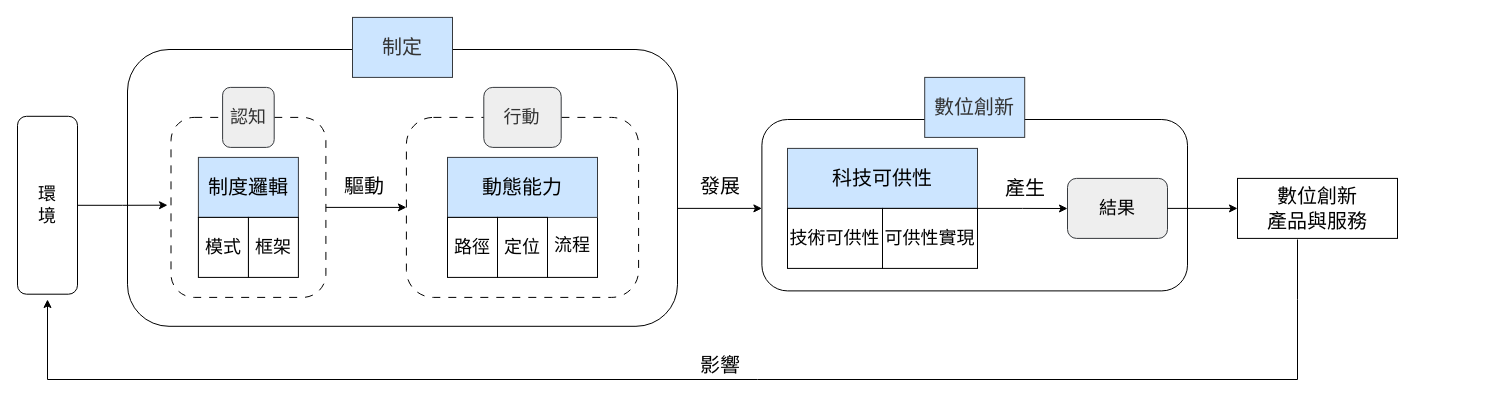
Above: 論文ver1/frontier enactment theroy_v2.drawio in carina419/NTUST (draw.io), before the change. Source tidied: cells renumbered, new cells numbered last; positions are measured from the earlier drawing's top-left corner, leaving out a move shared by most shapes. Both pictures are drawn from the tidied source at 100%, with x=0, y=0 at pixel (17, 17).
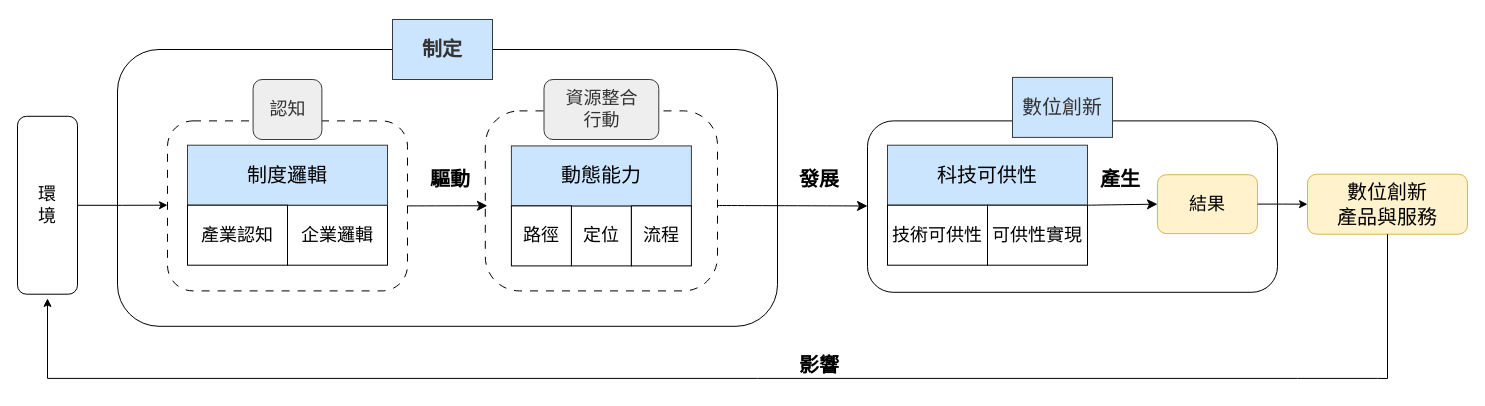
The same diagram, later.

Unchanged cells that the change refers to:
```xml
<mxCell id="2" value="&lt;font face=&quot;標楷體&quot; style=&quot;font-size: 18px;&quot;&gt;環&lt;/font&gt;&lt;div&gt;&lt;font face=&quot;標楷體&quot; style=&quot;font-size: 18px;&quot;&gt;境&lt;/font&gt;&lt;/div&gt;" style="rounded=1;whiteSpace=wrap;html=1;" parent="1" vertex="1">
  <mxGeometry y="98.8" width="60" height="177.9" as="geometry" />
</mxCell>
```

Change to the diagram source:
```diff
@@
-    <mxCell id="3" style="rounded=1;whiteSpace=wrap;html=1;strokeWidth=1;fontFamily=標楷體;fontSize=18;fontStyle=0;strokeColor=default;gradientColor=none;" parent="1" vertex="1">
-      <mxGeometry x="744.4" y="102" width="425.6" height="171.4" as="geometry" />
-    </mxCell>
-    <mxCell id="4" style="edgeStyle=orthogonalEdgeStyle;rounded=0;jettySize=auto;html=1;exitX=0.996;exitY=0.574;exitDx=0;exitDy=0;exitPerimeter=0;" parent="1" edge="1" source="5" target="3">
-      <mxGeometry relative="1" as="geometry">
-        <Array as="points">
-          <mxPoint x="760" y="191" />
-          <mxPoint x="760" y="191" />
-        </Array>
-      </mxGeometry>
-    </mxCell>
-    <mxCell id="5" style="rounded=1;whiteSpace=wrap;html=1;strokeWidth=1;fontFamily=標楷體;fontSize=18;fontStyle=0;" parent="1" vertex="1">
-      <mxGeometry x="110" y="32" width="550" height="276.8" as="geometry" />
-    </mxCell>
+    <mxCell id="42" style="rounded=1;whiteSpace=wrap;html=1;strokeWidth=1;fontFamily=標楷體;fontSize=18;fontStyle=0;strokeColor=default;gradientColor=none;" parent="1" vertex="1">
+      <mxGeometry x="850" y="103.4" width="410" height="171.4" as="geometry" />
+    </mxCell>
+    <mxCell id="43" style="rounded=1;whiteSpace=wrap;html=1;strokeWidth=1;fontFamily=標楷體;fontSize=18;fontStyle=0;" parent="1" vertex="1">
+      <mxGeometry x="100" y="32" width="660" height="276.8" as="geometry" />
+    </mxCell>
-    <mxCell id="6" value="&lt;font style=&quot;font-size: 20px;&quot; color=&quot;#333333&quot;&gt;&lt;span&gt;制定&lt;/span&gt;&lt;/font&gt;" style="rounded=0;whiteSpace=wrap;html=1;strokeColor=#36393d;fillColor=#cce5ff;fontFamily=標楷體;fontSize=18;fontStyle=0;align=center;verticalAlign=middle;" parent="1" vertex="1">
-      <mxGeometry x="335" y="-0.1" width="100" height="60" as="geometry" />
+    <mxCell id="6" value="&lt;font style=&quot;font-size: 20px;&quot; color=&quot;#333333&quot;&gt;&lt;span&gt;&lt;b&gt;制定&lt;/b&gt;&lt;/span&gt;&lt;/font&gt;" style="rounded=0;whiteSpace=wrap;html=1;strokeColor=#36393d;fillColor=#cce5ff;fontFamily=標楷體;fontSize=18;fontStyle=0;align=center;verticalAlign=middle;" parent="1" vertex="1">
+      <mxGeometry x="375" y="2" width="100" height="60" as="geometry" />
     </mxCell>
-    <mxCell id="7" style="group;" parent="1" vertex="1">
-      <mxGeometry x="154.6" y="69.9" width="155.4" height="210" as="geometry" />
-    </mxCell>
-    <mxCell id="8" style="group;" parent="7" vertex="1">
-      <mxGeometry x="-1.1" width="154.9" height="210" as="geometry" />
-    </mxCell>
-    <mxCell id="9" style="rounded=1;whiteSpace=wrap;html=1;strokeWidth=1;dashed=1;dashPattern=8 8;fontFamily=標楷體;fontSize=18;fontStyle=0;" parent="8" vertex="1">
-      <mxGeometry y="30" width="154.9" height="180" as="geometry" />
-    </mxCell>
+    <mxCell id="44" value="&lt;font style=&quot;font-size: 20px;&quot; face=&quot;標楷體&quot;&gt;&lt;b style=&quot;&quot;&gt;驅&lt;/b&gt;&lt;/font&gt;&lt;b style=&quot;font-size: 20px; font-family: 標楷體; background-color: transparent; color: light-dark(rgb(0, 0, 0), rgb(255, 255, 255));&quot;&gt;動&lt;/b&gt;" style="text;html=1;align=center;verticalAlign=middle;whiteSpace=wrap;rounded=0;fontFamily=Helvetica;fontSize=12;fontColor=default;" parent="1" vertex="1">
+      <mxGeometry x="405.6" y="146" width="54.4" height="30" as="geometry" />
+    </mxCell>
+    <mxCell id="45" value="&lt;font style=&quot;font-size: 20px;&quot; face=&quot;標楷體&quot;&gt;&lt;b style=&quot;&quot;&gt;發&lt;/b&gt;&lt;/font&gt;&lt;b style=&quot;font-size: 20px; font-family: 標楷體; background-color: transparent; color: light-dark(rgb(0, 0, 0), rgb(255, 255, 255));&quot;&gt;展&lt;/b&gt;" style="text;html=1;align=center;verticalAlign=middle;whiteSpace=wrap;rounded=0;" parent="1" vertex="1">
+      <mxGeometry x="775" y="146" width="54.4" height="30" as="geometry" />
+    </mxCell>
+    <mxCell id="25" value="&lt;font style=&quot;font-size: 20px;&quot; color=&quot;#333333&quot;&gt;數位創新&lt;/font&gt;" style="rounded=0;whiteSpace=wrap;html=1;strokeColor=#36393d;fillColor=#cce5ff;fontFamily=標楷體;fontSize=18;fontStyle=0;align=center;verticalAlign=middle;" parent="1" vertex="1">
+      <mxGeometry x="995" y="59.9" width="100" height="60" as="geometry" />
+    </mxCell>
+    <mxCell id="46" style="edgeStyle=none;curved=1;rounded=0;jettySize=auto;html=1;exitX=1;exitY=1;exitDx=0;exitDy=0;entryX=0;entryY=0.5;entryDx=0;entryDy=0;fontSize=12;startSize=8;endSize=8;" parent="1" edge="1" source="22" target="27">
+      <mxGeometry relative="1" as="geometry" />
+    </mxCell>
+    <mxCell id="47" value="&lt;font style=&quot;font-size: 20px;&quot; face=&quot;標楷體&quot;&gt;&lt;b style=&quot;&quot;&gt;產&lt;/b&gt;&lt;/font&gt;&lt;b style=&quot;font-size: 20px; font-family: 標楷體; background-color: transparent; color: light-dark(rgb(0, 0, 0), rgb(255, 255, 255));&quot;&gt;生&lt;/b&gt;" style="text;html=1;align=center;verticalAlign=middle;whiteSpace=wrap;rounded=0;fontFamily=Helvetica;fontSize=12;fontColor=default;" parent="1" vertex="1">
+      <mxGeometry x="1075.6" y="146" width="54.4" height="30" as="geometry" />
+    </mxCell>
+    <mxCell id="27" value="結果" style="rounded=1;whiteSpace=wrap;html=1;fontSize=18;fontFamily=標楷體;fontStyle=0;fillColor=#fff2cc;strokeColor=#d6b656;" parent="1" vertex="1">
+      <mxGeometry x="1140" y="157.2" width="100" height="58.9" as="geometry" />
+    </mxCell>
+    <mxCell id="28" value="&lt;font style=&quot;font-size: 20px;&quot;&gt;數位創新&lt;/font&gt;&lt;div&gt;&lt;font style=&quot;font-size: 20px;&quot;&gt;產品與服務&lt;/font&gt;&lt;/div&gt;" style="rounded=1;whiteSpace=wrap;html=1;fontSize=18;fontFamily=標楷體;fontStyle=0;fillColor=#fff2cc;strokeColor=#d6b656;" parent="1" vertex="1">
+      <mxGeometry x="1290" y="156.7" width="160" height="60" as="geometry" />
+    </mxCell>
+    <mxCell id="29" value="&lt;font style=&quot;font-size: 20px;&quot; face=&quot;標楷體&quot;&gt;&lt;b style=&quot;&quot;&gt;影響&lt;/b&gt;&lt;/font&gt;" style="text;html=1;align=center;verticalAlign=middle;whiteSpace=wrap;rounded=0;" parent="1" vertex="1">
+      <mxGeometry x="775" y="332" width="54.4" height="30" as="geometry" />
+    </mxCell>
+    <mxCell id="39" style="edgeStyle=orthogonalEdgeStyle;rounded=0;jettySize=auto;html=1;entryX=0;entryY=0.5;entryDx=0;entryDy=0;" parent="1" edge="1" source="27" target="28">
+      <mxGeometry relative="1" as="geometry" />
+    </mxCell>
+    <mxCell id="48" style="endArrow=classic;html=1;rounded=0;exitX=0.5;exitY=1;exitDx=0;exitDy=0;" parent="1" edge="1" source="28">
+      <mxGeometry relative="1" as="geometry">
+        <mxPoint x="30" y="280.9" as="targetPoint" />
+        <Array as="points">
+          <mxPoint x="1370" y="361" />
+          <mxPoint x="1360" y="360.9" />
+          <mxPoint x="1280" y="360.9" />
+          <mxPoint x="740" y="360.9" />
+          <mxPoint x="30" y="360.9" />
+        </Array>
+      </mxGeometry>
+    </mxCell>
+    <mxCell id="49" style="edgeStyle=orthogonalEdgeStyle;rounded=0;jettySize=auto;html=1;" parent="1" edge="1" source="2">
+      <mxGeometry relative="1" as="geometry">
+        <mxPoint x="150" y="187.7" as="targetPoint" />
+      </mxGeometry>
+    </mxCell>
+    <mxCell id="50" style="rounded=1;whiteSpace=wrap;html=1;strokeWidth=1;dashed=1;dashPattern=8 8;fontFamily=標楷體;fontSize=18;fontStyle=0;" parent="1" vertex="1">
+      <mxGeometry x="150" y="103.4" width="240" height="170" as="geometry" />
+    </mxCell>
-    <mxCell id="10" value="&lt;font color=&quot;#333333&quot;&gt;&lt;span&gt;認知&lt;/span&gt;&lt;/font&gt;" style="rounded=1;whiteSpace=wrap;html=1;strokeColor=#36393d;fillColor=#eeeeee;fontFamily=標楷體;fontSize=18;fontStyle=0;" parent="8" vertex="1">
-      <mxGeometry x="51.6" width="51.6" height="60" as="geometry" />
+    <mxCell id="10" value="&lt;font color=&quot;#333333&quot;&gt;&lt;span&gt;認知&lt;/span&gt;&lt;/font&gt;" style="rounded=1;whiteSpace=wrap;html=1;strokeColor=#36393d;fillColor=#eeeeee;fontFamily=標楷體;fontSize=18;fontStyle=0;" parent="1" vertex="1">
+      <mxGeometry x="235.6" y="62" width="68.8" height="60" as="geometry" />
     </mxCell>
-    <mxCell id="11" style="group;fontStyle=0;" parent="8" vertex="1">
-      <mxGeometry x="27.4" y="70" width="100" height="120" as="geometry" />
-    </mxCell>
-    <mxCell id="12" style="group;" parent="11" vertex="1">
-      <mxGeometry width="100" height="120" as="geometry" />
-    </mxCell>
+    <mxCell id="51" style="group;" parent="1" vertex="1">
+      <mxGeometry x="170" y="127.7" width="200" height="120" as="geometry" />
+    </mxCell>
+    <mxCell id="52" value="企業邏輯" style="rounded=0;whiteSpace=wrap;html=1;fontFamily=標楷體;fontSize=18;fontStyle=0;" parent="51" vertex="1">
+      <mxGeometry x="100" y="60" width="100" height="60" as="geometry" />
+    </mxCell>
+    <mxCell id="53" style="group;" parent="51" vertex="1">
+      <mxGeometry width="200" height="120" as="geometry" />
+    </mxCell>
-    <mxCell id="13" value="&lt;span&gt;&lt;font style=&quot;font-size: 20px;&quot;&gt;制度邏輯&lt;/font&gt;&lt;/span&gt;" style="rounded=0;whiteSpace=wrap;html=1;fontSize=18;fontFamily=標楷體;fillColor=#cce5ff;strokeColor=#36393d;fontStyle=0;align=center;verticalAlign=middle;" parent="12" vertex="1">
-      <mxGeometry width="100" height="60" as="geometry" />
+    <mxCell id="13" value="&lt;span&gt;&lt;font style=&quot;font-size: 20px;&quot;&gt;制度邏輯&lt;/font&gt;&lt;/span&gt;" style="rounded=0;whiteSpace=wrap;html=1;fontSize=18;fontFamily=標楷體;fillColor=#cce5ff;strokeColor=#36393d;fontStyle=0;align=center;verticalAlign=middle;" parent="53" vertex="1">
+      <mxGeometry width="200" height="60" as="geometry" />
     </mxCell>
-    <mxCell id="14" value="框架" style="rounded=0;whiteSpace=wrap;html=1;fontFamily=標楷體;fontSize=18;fontStyle=0;" parent="12" vertex="1">
-      <mxGeometry x="50" y="60" width="50" height="60" as="geometry" />
-    </mxCell>
-    <mxCell id="15" value="模式" style="rounded=0;whiteSpace=wrap;html=1;fontFamily=標楷體;fontSize=18;fontStyle=0;" parent="12" vertex="1">
-      <mxGeometry y="60" width="50" height="60" as="geometry" />
-    </mxCell>
-    <mxCell id="16" style="edgeStyle=orthogonalEdgeStyle;rounded=0;jettySize=auto;html=1;exitX=1;exitY=0.5;exitDx=0;exitDy=0;" parent="1" edge="1" source="9" target="31">
-      <mxGeometry relative="1" as="geometry" />
-    </mxCell>
-    <mxCell id="17" value="&lt;font style=&quot;font-size: 20px;&quot; face=&quot;標楷體&quot;&gt;驅動&lt;/font&gt;" style="text;html=1;align=center;verticalAlign=middle;whiteSpace=wrap;rounded=0;fontFamily=Helvetica;fontSize=12;fontColor=default;" parent="1" vertex="1">
-      <mxGeometry x="320" y="152.9" width="54.4" height="30" as="geometry" />
-    </mxCell>
-    <mxCell id="18" value="&lt;font style=&quot;font-size: 20px;&quot; face=&quot;標楷體&quot;&gt;發展&lt;/font&gt;" style="text;html=1;align=center;verticalAlign=middle;whiteSpace=wrap;rounded=0;" parent="1" vertex="1">
-      <mxGeometry x="675.6" y="152.9" width="54.4" height="30" as="geometry" />
-    </mxCell>
-    <mxCell id="19" style="group;" parent="1" vertex="1">
-      <mxGeometry x="770" y="130.9" width="220" height="120" as="geometry" />
-    </mxCell>
-    <mxCell id="20" style="group;" parent="19" vertex="1">
-      <mxGeometry width="190" height="120" as="geometry" />
-    </mxCell>
-    <mxCell id="21" style="group;" parent="20" vertex="1">
-      <mxGeometry width="190" height="120" as="geometry" />
-    </mxCell>
+    <mxCell id="54" value="產業認知" style="rounded=0;whiteSpace=wrap;html=1;fontFamily=標楷體;fontSize=18;fontStyle=0;" parent="53" vertex="1">
+      <mxGeometry y="60" width="100" height="60" as="geometry" />
+    </mxCell>
+    <mxCell id="55" style="edgeStyle=none;curved=1;rounded=0;jettySize=auto;html=1;fontSize=12;startSize=8;endSize=8;" parent="1" edge="1" target="42">
+      <mxGeometry relative="1" as="geometry">
+        <mxPoint x="700" y="188" as="sourcePoint" />
+      </mxGeometry>
+    </mxCell>
+    <mxCell id="56" style="rounded=1;whiteSpace=wrap;html=1;strokeWidth=1;dashed=1;dashPattern=8 8;fontFamily=標楷體;fontSize=18;fontStyle=0;arcSize=19;" parent="1" vertex="1">
+      <mxGeometry x="467.8" y="93.4" width="232.2" height="180" as="geometry" />
+    </mxCell>
+    <mxCell id="57" value="&lt;font color=&quot;#333333&quot;&gt;&lt;span&gt;資源整合&lt;/span&gt;&lt;/font&gt;&lt;div&gt;&lt;font color=&quot;#333333&quot;&gt;&lt;span&gt;行動&lt;/span&gt;&lt;/font&gt;&lt;/div&gt;" style="rounded=1;whiteSpace=wrap;html=1;strokeColor=#36393d;fillColor=#eeeeee;fontFamily=標楷體;fontSize=18;fontStyle=0;" parent="1" vertex="1">
+      <mxGeometry x="526.5" y="62" width="114.8" height="60" as="geometry" />
+    </mxCell>
+    <mxCell id="58" style="group;" parent="1" vertex="1">
+      <mxGeometry x="493.9" y="128.4" width="180" height="120" as="geometry" />
+    </mxCell>
+    <mxCell id="59" style="group;" parent="58" vertex="1">
+      <mxGeometry width="180" height="120" as="geometry" />
+    </mxCell>
+    <mxCell id="36" value="定位" style="rounded=0;whiteSpace=wrap;html=1;fontFamily=標楷體;fontSize=18;fontStyle=0;" parent="59" vertex="1">
+      <mxGeometry x="60" y="60" width="60" height="60" as="geometry" />
+    </mxCell>
+    <mxCell id="35" value="&lt;span&gt;&lt;font style=&quot;font-size: 20px;&quot;&gt;動態能力&lt;/font&gt;&lt;/span&gt;" style="rounded=0;whiteSpace=wrap;html=1;fontSize=18;fontFamily=標楷體;fillColor=#cce5ff;strokeColor=#36393d;fontStyle=0;" parent="59" vertex="1">
+      <mxGeometry width="180" height="60" as="geometry" />
+    </mxCell>
+    <mxCell id="37" value="路徑" style="rounded=0;whiteSpace=wrap;html=1;fontFamily=標楷體;fontSize=18;fontStyle=0;" parent="59" vertex="1">
+      <mxGeometry y="60" width="60" height="60" as="geometry" />
+    </mxCell>
+    <mxCell id="34" value="&lt;font&gt;&lt;span&gt;&lt;span&gt;流程&lt;/span&gt;&lt;/span&gt;&lt;/font&gt;" style="rounded=0;whiteSpace=wrap;html=1;fontFamily=標楷體;fontSize=18;fontStyle=0;" parent="59" vertex="1">
+      <mxGeometry x="120" y="60" width="60" height="60" as="geometry" />
+    </mxCell>
+    <mxCell id="60" style="group;" parent="1" vertex="1">
+      <mxGeometry x="870" y="127.7" width="200" height="120" as="geometry" />
+    </mxCell>
+    <mxCell id="61" style="group;" parent="60" vertex="1">
+      <mxGeometry width="200" height="120" as="geometry" />
+    </mxCell>
-    <mxCell id="22" value="&lt;span&gt;&lt;font style=&quot;font-size: 20px;&quot;&gt;科技可供性&lt;/font&gt;&lt;/span&gt;" style="rounded=0;whiteSpace=wrap;html=1;fontSize=18;fontFamily=標楷體;fillColor=#cce5ff;strokeColor=#36393d;fontStyle=0;" parent="21" vertex="1">
-      <mxGeometry width="190" height="60" as="geometry" />
+    <mxCell id="22" value="&lt;span&gt;&lt;font style=&quot;font-size: 20px;&quot;&gt;科技可供性&lt;/font&gt;&lt;/span&gt;" style="rounded=0;whiteSpace=wrap;html=1;fontSize=18;fontFamily=標楷體;fillColor=#cce5ff;strokeColor=#36393d;fontStyle=0;" parent="61" vertex="1">
+      <mxGeometry width="200" height="60" as="geometry" />
     </mxCell>
-    <mxCell id="23" value="&lt;font&gt;&lt;span&gt;&lt;span&gt;可供性實現&lt;/span&gt;&lt;/span&gt;&lt;/font&gt;" style="rounded=0;whiteSpace=wrap;html=1;fontFamily=標楷體;fontSize=18;fontStyle=0;" parent="21" vertex="1">
-      <mxGeometry x="95" y="60" width="95" height="60" as="geometry" />
+    <mxCell id="23" value="&lt;font&gt;&lt;span&gt;&lt;span&gt;可供性實現&lt;/span&gt;&lt;/span&gt;&lt;/font&gt;" style="rounded=0;whiteSpace=wrap;html=1;fontFamily=標楷體;fontSize=18;fontStyle=0;" parent="61" vertex="1">
+      <mxGeometry x="100" y="60" width="100" height="60" as="geometry" />
     </mxCell>
-    <mxCell id="24" value="&lt;font&gt;&lt;span&gt;技術可供性&lt;/span&gt;&lt;/font&gt;" style="rounded=0;whiteSpace=wrap;html=1;fontFamily=標楷體;fontSize=18;fontStyle=0;" parent="21" vertex="1">
-      <mxGeometry y="60" width="95" height="60" as="geometry" />
+    <mxCell id="24" value="&lt;font&gt;&lt;span&gt;技術可供性&lt;/span&gt;&lt;/font&gt;" style="rounded=0;whiteSpace=wrap;html=1;fontFamily=標楷體;fontSize=18;fontStyle=0;" parent="61" vertex="1">
+      <mxGeometry y="60" width="100" height="60" as="geometry" />
     </mxCell>
-    <mxCell id="25" value="&lt;font style=&quot;font-size: 20px;&quot; color=&quot;#333333&quot;&gt;數位創新&lt;/font&gt;" style="rounded=0;whiteSpace=wrap;html=1;strokeColor=#36393d;fillColor=#cce5ff;fontFamily=標楷體;fontSize=18;fontStyle=0;align=center;verticalAlign=middle;" parent="1" vertex="1">
-      <mxGeometry x="907.2" y="59.9" width="100" height="60" as="geometry" />
-    </mxCell>
-    <mxCell id="26" value="&lt;font style=&quot;font-size: 20px;&quot; face=&quot;標楷體&quot;&gt;產生&lt;/font&gt;" style="text;html=1;align=center;verticalAlign=middle;whiteSpace=wrap;rounded=0;fontFamily=Helvetica;fontSize=12;fontColor=default;" parent="1" vertex="1">
-      <mxGeometry x="980.5" y="155.4" width="54.4" height="30" as="geometry" />
-    </mxCell>
-    <mxCell id="27" value="結果" style="rounded=1;whiteSpace=wrap;html=1;fontSize=18;fontFamily=標楷體;fontStyle=0;fillColor=#eeeeee;strokeColor=#36393d;" parent="1" vertex="1">
-      <mxGeometry x="1050" y="160.9" width="100" height="60" as="geometry" />
-    </mxCell>
-    <mxCell id="28" value="&lt;font style=&quot;font-size: 20px;&quot;&gt;數位創新&lt;/font&gt;&lt;div&gt;&lt;font style=&quot;font-size: 20px;&quot;&gt;產品與服務&lt;/font&gt;&lt;/div&gt;" style="rounded=0;whiteSpace=wrap;html=1;fontSize=18;fontFamily=標楷體;fontStyle=0;" parent="1" vertex="1">
-      <mxGeometry x="1220" y="160.9" width="160" height="60" as="geometry" />
-    </mxCell>
-    <mxCell id="29" value="&lt;font style=&quot;font-size: 20px;&quot; face=&quot;標楷體&quot;&gt;影響&lt;/font&gt;" style="text;html=1;align=center;verticalAlign=middle;whiteSpace=wrap;rounded=0;" parent="1" vertex="1">
-      <mxGeometry x="675.6" y="332" width="54.4" height="30" as="geometry" />
-    </mxCell>
-    <mxCell id="30" style="group;" parent="1" vertex="1">
-      <mxGeometry x="388.9" y="69.9" width="232.2" height="210" as="geometry" />
-    </mxCell>
-    <mxCell id="31" style="rounded=1;whiteSpace=wrap;html=1;strokeWidth=1;dashed=1;dashPattern=8 8;fontFamily=標楷體;fontSize=18;fontStyle=0;" parent="30" vertex="1">
-      <mxGeometry y="30" width="232.2" height="180" as="geometry" />
-    </mxCell>
-    <mxCell id="32" value="&lt;font color=&quot;#333333&quot;&gt;&lt;span&gt;行動&lt;/span&gt;&lt;/font&gt;" style="rounded=1;whiteSpace=wrap;html=1;strokeColor=#36393d;fillColor=#eeeeee;fontFamily=標楷體;fontSize=18;fontStyle=0;" parent="30" vertex="1">
-      <mxGeometry x="77.4" width="77.4" height="60" as="geometry" />
-    </mxCell>
-    <mxCell id="33" style="group;" parent="30" vertex="1">
-      <mxGeometry x="41.1" y="70" width="150" height="120" as="geometry" />
-    </mxCell>
-    <mxCell id="34" value="&lt;font&gt;&lt;span&gt;&lt;span&gt;流程&lt;/span&gt;&lt;/span&gt;&lt;/font&gt;" style="rounded=0;whiteSpace=wrap;html=1;fontFamily=標楷體;fontSize=18;fontStyle=0;" parent="33" vertex="1">
-      <mxGeometry x="100" y="57.1" width="50" height="62.9" as="geometry" />
-    </mxCell>
-    <mxCell id="35" value="&lt;span&gt;&lt;font style=&quot;font-size: 20px;&quot;&gt;動態能力&lt;/font&gt;&lt;/span&gt;" style="rounded=0;whiteSpace=wrap;html=1;fontSize=18;fontFamily=標楷體;fillColor=#cce5ff;strokeColor=#36393d;fontStyle=0;" parent="33" vertex="1">
-      <mxGeometry width="150" height="60" as="geometry" />
-    </mxCell>
-    <mxCell id="36" value="定位" style="rounded=0;whiteSpace=wrap;html=1;fontFamily=標楷體;fontSize=18;fontStyle=0;" parent="33" vertex="1">
-      <mxGeometry x="50" y="60" width="50" height="60" as="geometry" />
-    </mxCell>
-    <mxCell id="37" value="路徑" style="rounded=0;whiteSpace=wrap;html=1;fontFamily=標楷體;fontSize=18;fontStyle=0;" parent="33" vertex="1">
-      <mxGeometry y="60" width="50" height="60" as="geometry" />
-    </mxCell>
-    <mxCell id="38" style="edgeStyle=orthogonalEdgeStyle;rounded=0;jettySize=auto;html=1;exitX=1;exitY=0;exitDx=0;exitDy=0;" parent="1" edge="1" source="23">
-      <mxGeometry relative="1" as="geometry">
-        <mxPoint x="1050" y="191" as="targetPoint" />
-        <Array as="points">
-          <mxPoint x="1005" y="191" />
-        </Array>
-      </mxGeometry>
-    </mxCell>
-    <mxCell id="39" style="edgeStyle=orthogonalEdgeStyle;rounded=0;jettySize=auto;html=1;entryX=0;entryY=0.5;entryDx=0;entryDy=0;" parent="1" edge="1" source="27" target="28">
-      <mxGeometry relative="1" as="geometry" />
-    </mxCell>
-    <mxCell id="40" style="endArrow=classic;html=1;rounded=0;" parent="1" edge="1">
-      <mxGeometry relative="1" as="geometry">
-        <mxPoint x="1280" y="222" as="sourcePoint" />
-        <mxPoint x="30" y="282" as="targetPoint" />
-        <Array as="points">
-          <mxPoint x="1280" y="282" />
-          <mxPoint x="1280" y="362" />
-          <mxPoint x="740" y="362" />
-          <mxPoint x="30" y="362" />
-        </Array>
-      </mxGeometry>
-    </mxCell>
-    <mxCell id="41" style="edgeStyle=orthogonalEdgeStyle;rounded=0;jettySize=auto;html=1;" parent="1" edge="1" source="2">
-      <mxGeometry relative="1" as="geometry">
-        <mxPoint x="150" y="187.7" as="targetPoint" />
-      </mxGeometry>
-    </mxCell>
+    <mxCell id="62" style="edgeStyle=none;curved=1;rounded=0;jettySize=auto;html=1;exitX=1;exitY=0.5;exitDx=0;exitDy=0;entryX=0.009;entryY=0.527;entryDx=0;entryDy=0;entryPerimeter=0;fontSize=12;startSize=8;endSize=8;" parent="1" edge="1" source="50" target="56">
+      <mxGeometry relative="1" as="geometry" />
+    </mxCell>
```
